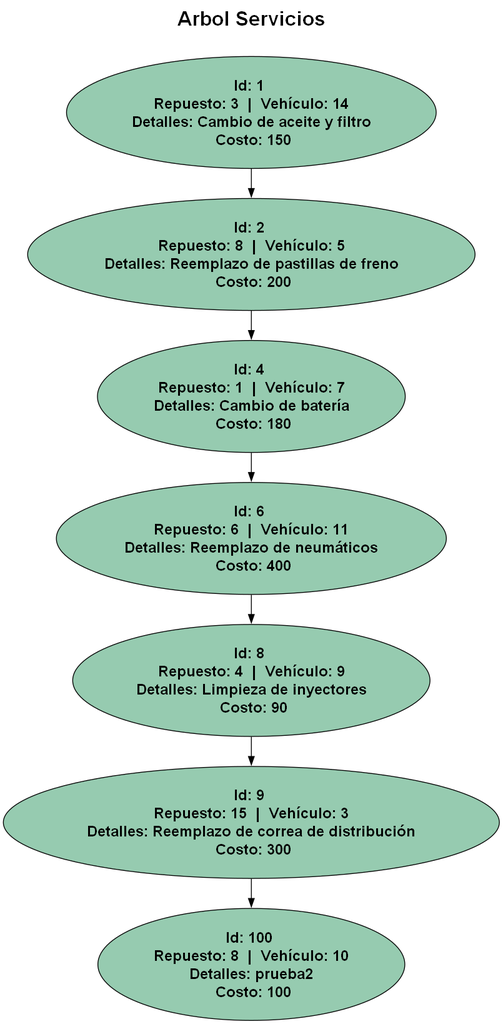
The Graphviz diagram Fase3/Reportes/servicios.png in Saloj17/-EDD-1S2025_201900081, before a commit. Its source is kept beside it as Fase3/Reportes/servicios.dot.
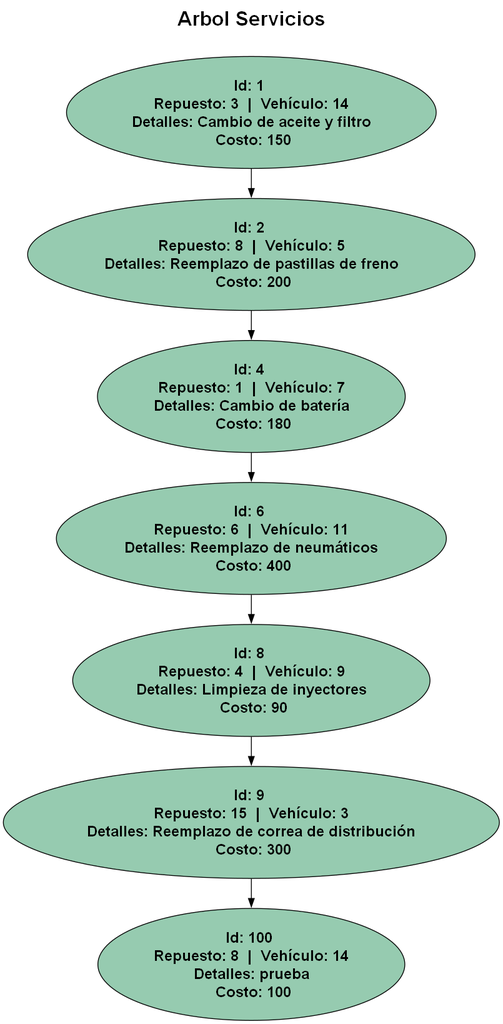
The same file after the commit.

What changed in the source:
```diff
@@ -18,5 +18,5 @@
   8 -> 9;
  9 [label="Id: 9 \n Repuesto: 15  |  Vehículo: 3 \n Detalles: Reemplazo de correa de distribución \n Costo: 300" style="filled" fillcolor="#96cbb0" fontname="Helvetica-Bold" fontsize = 18 ];
   9 -> 100;
- 100 [label="Id: 100 \n Repuesto: 8  |  Vehículo: 10 \n Detalles: prueba2 \n Costo: 100" style="filled" fillcolor="#96cbb0" fontname="Helvetica-Bold" fontsize = 18 ];
+ 100 [label="Id: 100 \n Repuesto: 8  |  Vehículo: 14 \n Detalles: prueba \n Costo: 100" style="filled" fillcolor="#96cbb0" fontname="Helvetica-Bold" fontsize = 18 ];
 }
```
